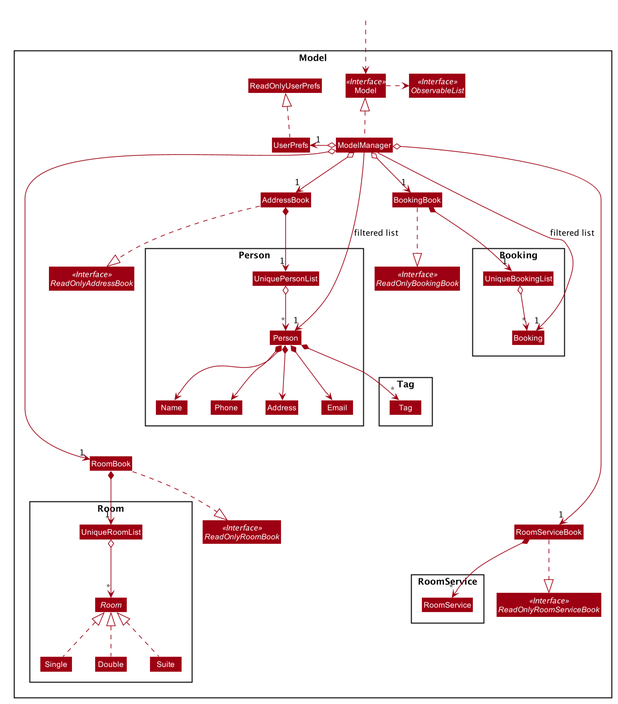
Earlier version of the PlantUML export docs/images/ModelClassDiagram.png (zeling595/tp).
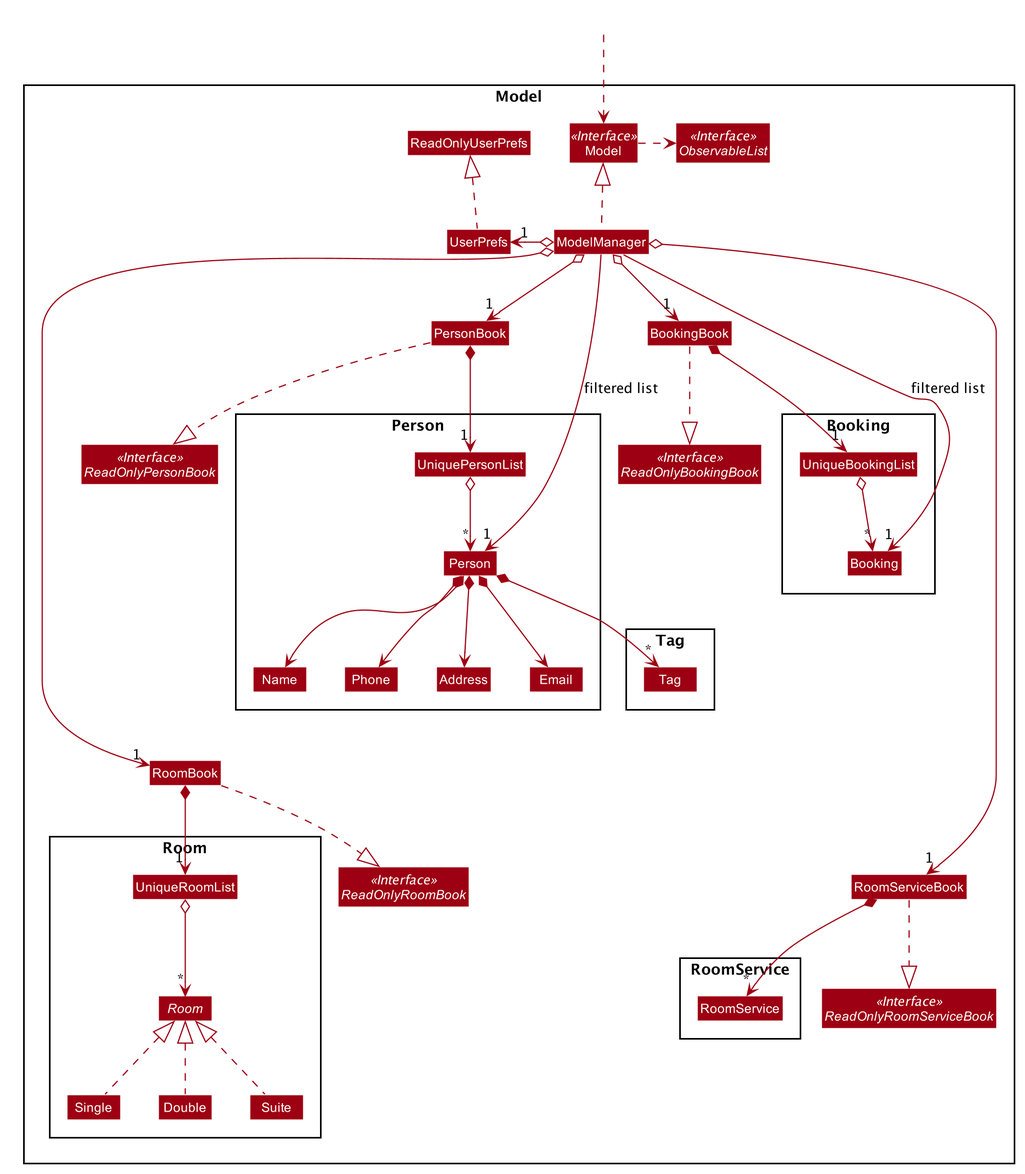
Later version of the same file.

The edit, as a diff of the source:
```diff
@@ -52,11 +52,11 @@
 skinparam classBackgroundColor #9D0012
 
 Package Model <<Rectangle>>{
-Interface ReadOnlyAddressBook <<Interface>>
+Interface ReadOnlyPersonBook <<Interface>>
 Interface Model <<Interface>>
 Interface ObservableList <<Interface>>
-Class AddressBook
-Interface ReadOnlyAddressBook <<Interface>>
+Class PersonBook
+Interface ReadOnlyPersonBook <<Interface>>
 Class BookingBook
 Interface ReadOnlyBookingBook <<Interface>>
 Class RoomBook
@@ -102,21 +102,21 @@
 Class HiddenOutside #FFFFFF
 HiddenOutside ..> Model
 
-AddressBook ..|> ReadOnlyAddressBook
+PersonBook ..|> ReadOnlyPersonBook
 RoomServiceBook ..|> ReadOnlyRoomServiceBook
 BookingBook ..|> ReadOnlyBookingBook
 RoomBook ..|> ReadOnlyRoomBook
 
 ModelManager .up.|> Model
 Model .right.> ObservableList
-ModelManager o--> "1" AddressBook
+ModelManager o--> "1" PersonBook
 ModelManager o------> "1" RoomBook
 ModelManager o--> "1" BookingBook
 ModelManager o-------> "1" RoomServiceBook
 ModelManager o-left-> "1" UserPrefs
 UserPrefs .up.|> ReadOnlyUserPrefs
 
-AddressBook *--> "1" UniquePersonList
+PersonBook *--> "1" UniquePersonList
 UniquePersonList o--> "*" Person
 Person *--> Name
 Person *--> Phone
```
